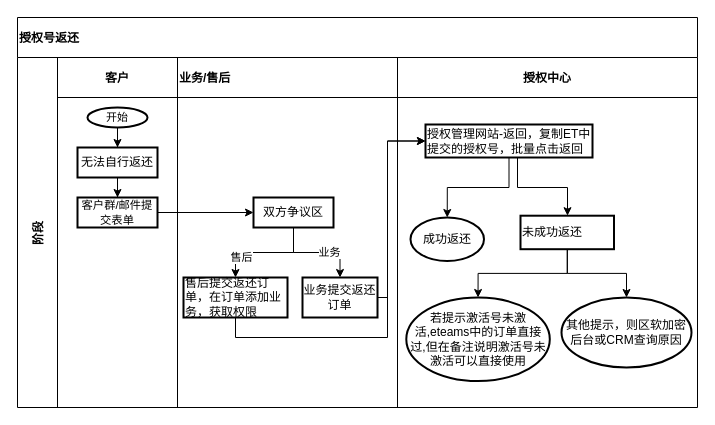
This is 未命名绘图.drawio from JadeLiu13/drawio_files, a draw.io file, before an edit. Source tidied: cells renumbered, new cells numbered last; positions are measured from the earlier drawing's top-left corner, leaving out a move shared by most shapes. Both pictures are drawn from the tidied source at 100%, with x=0, y=0 at pixel (17, 17).
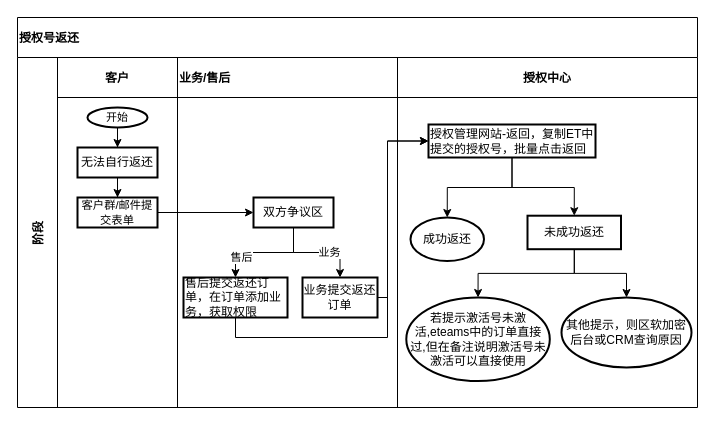
The same page after the edit.

Unchanged cells that the change refers to:
```xml
<mxCell id="18" value="授权中心" style="swimlane;swimlaneHead=0;swimlaneBody=0;fontStyle=0;fillColor=none;startSize=40;fontStyle=1;" parent="3" vertex="1">
  <mxGeometry x="380" width="300" height="350" as="geometry" />
</mxCell>
```

What changed in the source:
```diff
@@
+    <mxCell id="31" style="edgeStyle=orthogonalEdgeStyle;rounded=0;jettySize=auto;html=1;exitX=0.5;exitY=1;exitDx=0;exitDy=0;entryX=0.5;entryY=0;entryDx=0;entryDy=0;" parent="18" edge="1" source="19" target="24">
+      <mxGeometry relative="1" as="geometry">
+        <Array as="points">
+          <mxPoint x="115" y="130" />
+          <mxPoint x="177" y="130" />
+        </Array>
+      </mxGeometry>
+    </mxCell>
     <mxCell id="19" value="授权管理网站-返回，复制ET中提交的授权号，批量点击返回" style="whiteSpace=wrap;html=1;align=left;strokeWidth=2;" parent="18" vertex="1">
-      <mxGeometry x="28" y="67" width="167" height="33" as="geometry" />
+      <mxGeometry x="31" y="67" width="167" height="33" as="geometry" />
     </mxCell>
@@
-    <mxCell id="24" value="未成功返还" style="whiteSpace=wrap;html=1;align=left;strokeWidth=2;" parent="18" vertex="1">
-      <mxGeometry x="123" y="158.2" width="93.5" height="33.5" as="geometry" />
+    <mxCell id="24" value="未成功返还" style="whiteSpace=wrap;html=1;align=center;strokeWidth=2;" parent="18" vertex="1">
+      <mxGeometry x="130" y="158.2" width="93.5" height="33.5" as="geometry" />
     </mxCell>
-    <mxCell id="25" style="edgeStyle=orthogonalEdgeStyle;rounded=0;jettySize=auto;html=1;fontSize=11;" parent="18" edge="1" target="24">
-      <mxGeometry relative="1" as="geometry">
-        <mxPoint x="120" y="100" as="sourcePoint" />
-        <Array as="points">
-          <mxPoint x="120" y="130" />
-          <mxPoint x="170" y="130" />
-        </Array>
-      </mxGeometry>
-    </mxCell>
```
